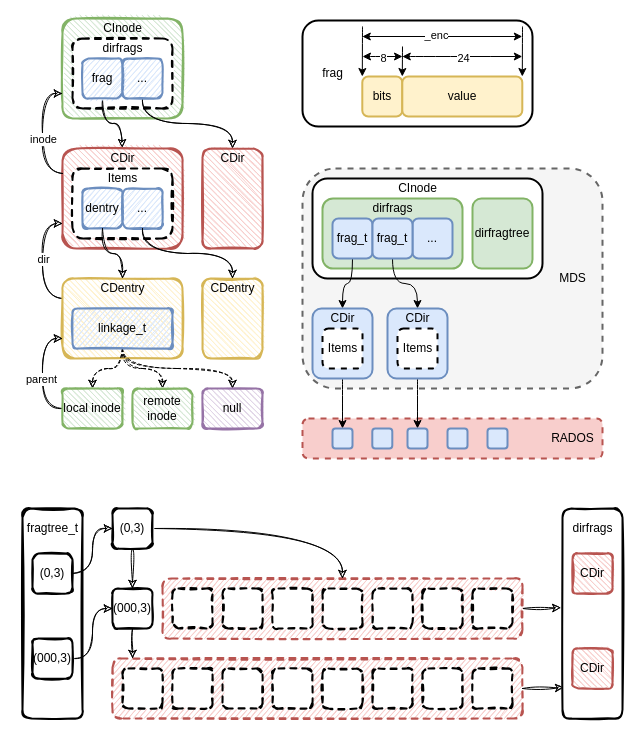
This is page "meta" (2 of 2) of ceph/ceph-mds.drawio from EarthWind/deeparch, a draw.io file, before an edit. Source tidied: cells renumbered, new cells numbered last; positions are measured from the earlier drawing's top-left corner, leaving out a move shared by most shapes. Both pictures are drawn from the tidied source at 100%, with x=0, y=0 at pixel (17, 18).
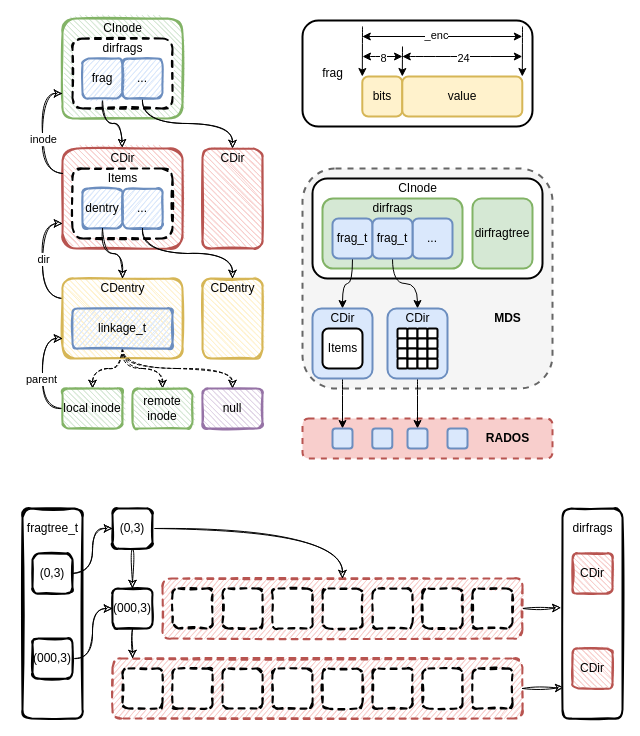
The same page after the edit.

Change to the diagram source:
```diff
@@
     <mxCell id="6" style="rounded=1;whiteSpace=wrap;html=1;strokeWidth=2;fillWeight=1;hachureGap=4;hachureAngle=45;sketch=0;dashed=1;fillColor=#f8cecc;strokeColor=#b85450;" parent="1" vertex="1">
-      <mxGeometry x="285" y="400" width="300" height="40" as="geometry" />
+      <mxGeometry x="285" y="400" width="250" height="40" as="geometry" />
     </mxCell>
     <mxCell id="7" style="rounded=1;whiteSpace=wrap;html=1;strokeWidth=2;fillWeight=1;hachureGap=4;hachureAngle=45;sketch=0;dashed=1;fillColor=#f5f5f5;fontColor=#333333;strokeColor=#666666;" parent="1" vertex="1">
-      <mxGeometry x="285" y="150" width="300" height="220" as="geometry" />
+      <mxGeometry x="285" y="150" width="250" height="220" as="geometry" />
     </mxCell>
@@
-    <mxCell id="70" style="rounded=1;whiteSpace=wrap;html=1;strokeWidth=2;fillWeight=1;hachureGap=4;hachureAngle=45;sketch=0;dashed=1;" parent="1" vertex="1">
+    <mxCell id="70" style="rounded=1;whiteSpace=wrap;html=1;strokeWidth=2;fillWeight=1;hachureGap=4;hachureAngle=45;sketch=0;" parent="1" vertex="1">
       <mxGeometry x="305" y="310" width="40" height="40" as="geometry" />
     </mxCell>
@@
-    <mxCell id="75" style="rounded=1;whiteSpace=wrap;html=1;strokeWidth=2;fillWeight=1;hachureGap=4;hachureAngle=45;sketch=0;dashed=1;" parent="1" vertex="1">
-      <mxGeometry x="380" y="310" width="40" height="40" as="geometry" />
-    </mxCell>
-    <mxCell id="76" value="Items" style="text;html=1;align=center;verticalAlign=middle;strokeColor=none;fillColor=none;" parent="1" vertex="1">
-      <mxGeometry x="380" y="320" width="40" height="20" as="geometry" />
-    </mxCell>
-    <mxCell id="77" value="MDS" style="text;html=1;align=center;verticalAlign=middle;strokeColor=none;fillColor=none;" parent="1" vertex="1">
-      <mxGeometry x="535" y="250" width="40" height="20" as="geometry" />
+    <mxCell id="77" value="MDS" style="text;html=1;align=center;verticalAlign=middle;strokeColor=none;fillColor=none;fontStyle=1;" parent="1" vertex="1">
+      <mxGeometry x="470" y="290" width="40" height="20" as="geometry" />
     </mxCell>
-    <mxCell id="78" value="RADOS" style="text;html=1;align=center;verticalAlign=middle;strokeColor=none;fillColor=none;" parent="1" vertex="1">
-      <mxGeometry x="525" y="410" width="60" height="20" as="geometry" />
+    <mxCell id="78" value="RADOS" style="text;html=1;align=center;verticalAlign=middle;strokeColor=none;fillColor=none;fontStyle=1;" parent="1" vertex="1">
+      <mxGeometry x="460" y="410" width="60" height="20" as="geometry" />
     </mxCell>
@@
-    <mxCell id="83" style="rounded=1;whiteSpace=wrap;html=1;sketch=0;fillColor=#dae8fc;strokeColor=#6c8ebf;fillWeight=1;hachureGap=4;strokeWidth=2;" parent="1" vertex="1">
-      <mxGeometry x="470" y="410" width="20" height="20" as="geometry" />
-    </mxCell>
@@
+    <mxCell id="114" style="rounded=1;whiteSpace=wrap;html=1;strokeWidth=2;fillWeight=1;hachureGap=4;hachureAngle=45;sketch=0;" parent="1" vertex="1">
+      <mxGeometry x="380" y="310" width="10" height="10" as="geometry" />
+    </mxCell>
+    <mxCell id="115" style="rounded=1;whiteSpace=wrap;html=1;strokeWidth=2;fillWeight=1;hachureGap=4;hachureAngle=45;sketch=0;" parent="1" vertex="1">
+      <mxGeometry x="390" y="310" width="10" height="10" as="geometry" />
+    </mxCell>
+    <mxCell id="116" style="rounded=1;whiteSpace=wrap;html=1;strokeWidth=2;fillWeight=1;hachureGap=4;hachureAngle=45;sketch=0;" parent="1" vertex="1">
+      <mxGeometry x="400" y="310" width="10" height="10" as="geometry" />
+    </mxCell>
+    <mxCell id="117" style="rounded=1;whiteSpace=wrap;html=1;strokeWidth=2;fillWeight=1;hachureGap=4;hachureAngle=45;sketch=0;" parent="1" vertex="1">
+      <mxGeometry x="410" y="310" width="10" height="10" as="geometry" />
+    </mxCell>
+    <mxCell id="118" style="rounded=1;whiteSpace=wrap;html=1;strokeWidth=2;fillWeight=1;hachureGap=4;hachureAngle=45;sketch=0;" parent="1" vertex="1">
+      <mxGeometry x="380" y="320" width="10" height="10" as="geometry" />
+    </mxCell>
+    <mxCell id="119" style="rounded=1;whiteSpace=wrap;html=1;strokeWidth=2;fillWeight=1;hachureGap=4;hachureAngle=45;sketch=0;" parent="1" vertex="1">
+      <mxGeometry x="380" y="330" width="10" height="10" as="geometry" />
+    </mxCell>
+    <mxCell id="120" style="rounded=1;whiteSpace=wrap;html=1;strokeWidth=2;fillWeight=1;hachureGap=4;hachureAngle=45;sketch=0;" parent="1" vertex="1">
+      <mxGeometry x="380" y="340" width="10" height="10" as="geometry" />
+    </mxCell>
+    <mxCell id="121" style="rounded=1;whiteSpace=wrap;html=1;strokeWidth=2;fillWeight=1;hachureGap=4;hachureAngle=45;sketch=0;" parent="1" vertex="1">
+      <mxGeometry x="390" y="340" width="10" height="10" as="geometry" />
+    </mxCell>
+    <mxCell id="122" style="rounded=1;whiteSpace=wrap;html=1;strokeWidth=2;fillWeight=1;hachureGap=4;hachureAngle=45;sketch=0;" parent="1" vertex="1">
+      <mxGeometry x="390" y="320" width="10" height="10" as="geometry" />
+    </mxCell>
+    <mxCell id="123" style="rounded=1;whiteSpace=wrap;html=1;strokeWidth=2;fillWeight=1;hachureGap=4;hachureAngle=45;sketch=0;" parent="1" vertex="1">
+      <mxGeometry x="390" y="330" width="10" height="10" as="geometry" />
+    </mxCell>
+    <mxCell id="124" style="rounded=1;whiteSpace=wrap;html=1;strokeWidth=2;fillWeight=1;hachureGap=4;hachureAngle=45;sketch=0;" parent="1" vertex="1">
+      <mxGeometry x="400" y="340" width="10" height="10" as="geometry" />
+    </mxCell>
+    <mxCell id="125" style="rounded=1;whiteSpace=wrap;html=1;strokeWidth=2;fillWeight=1;hachureGap=4;hachureAngle=45;sketch=0;" parent="1" vertex="1">
+      <mxGeometry x="400" y="330" width="10" height="10" as="geometry" />
+    </mxCell>
+    <mxCell id="126" style="rounded=1;whiteSpace=wrap;html=1;strokeWidth=2;fillWeight=1;hachureGap=4;hachureAngle=45;sketch=0;" parent="1" vertex="1">
+      <mxGeometry x="410" y="340" width="10" height="10" as="geometry" />
+    </mxCell>
+    <mxCell id="127" style="rounded=1;whiteSpace=wrap;html=1;strokeWidth=2;fillWeight=1;hachureGap=4;hachureAngle=45;sketch=0;" parent="1" vertex="1">
+      <mxGeometry x="400" y="320" width="10" height="10" as="geometry" />
+    </mxCell>
+    <mxCell id="128" style="rounded=1;whiteSpace=wrap;html=1;strokeWidth=2;fillWeight=1;hachureGap=4;hachureAngle=45;sketch=0;" parent="1" vertex="1">
+      <mxGeometry x="410" y="330" width="10" height="10" as="geometry" />
+    </mxCell>
+    <mxCell id="129" style="rounded=1;whiteSpace=wrap;html=1;strokeWidth=2;fillWeight=1;hachureGap=4;hachureAngle=45;sketch=0;" parent="1" vertex="1">
+      <mxGeometry x="410" y="320" width="10" height="10" as="geometry" />
+    </mxCell>
```
